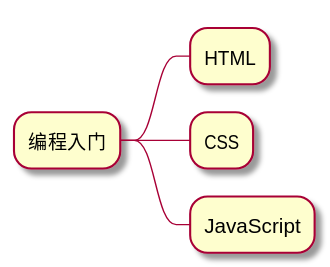
Before: img/roadmap.svg, a diagram exported from PlantUML (linc5403/code-tutorial).
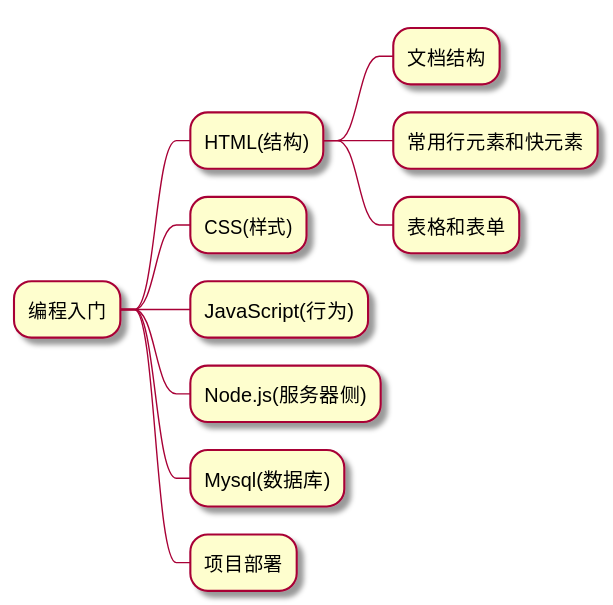
After the change.

Change to the diagram source:
```diff
@@ -1,6 +1,12 @@
 @startmindmap
 * 编程入门
-** HTML
-** CSS
-** JavaScript
+** HTML(结构)
+*** 文档结构
+*** 常用行元素和快元素
+*** 表格和表单
+** CSS(样式)
+** JavaScript(行为)
+** Node.js(服务器侧)
+** Mysql(数据库)
+** 项目部署
 @endmindmap
```
